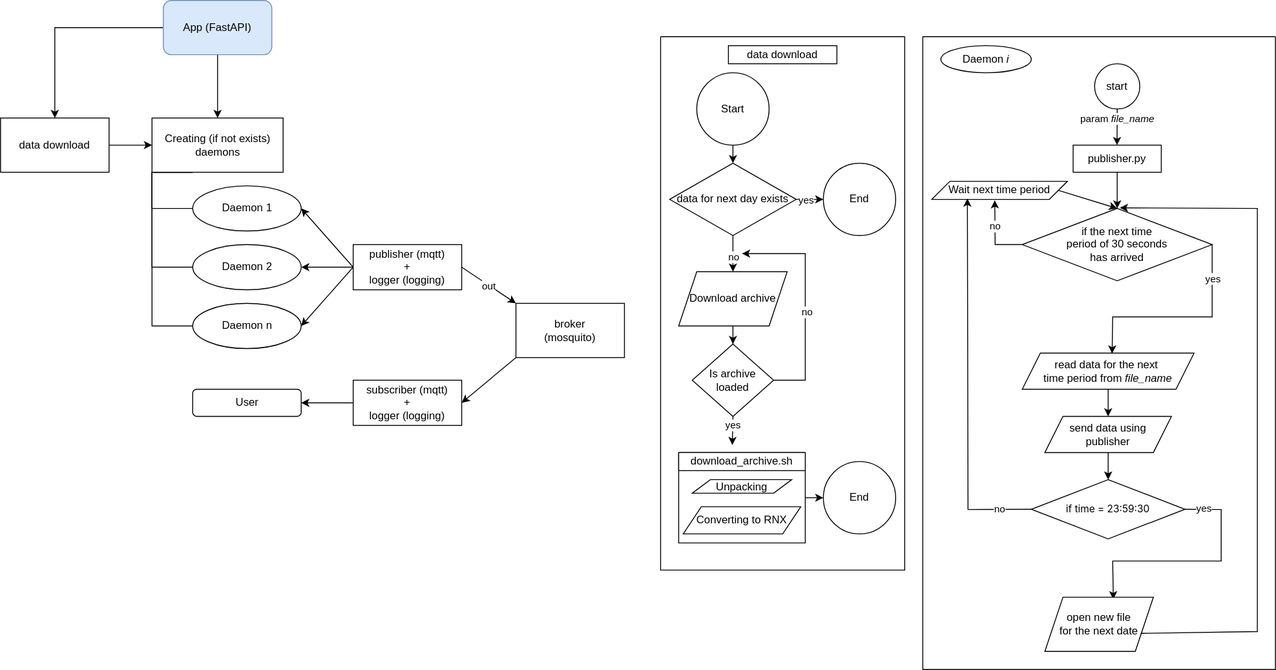
This is images/scheme.svg from PUTENCHIK/satellite-emulator, a draw.io export, as it was before one commit. Source tidied: cells renumbered, new cells last; positions are measured from the earlier drawing's top-left corner, leaving out a move shared by most shapes.
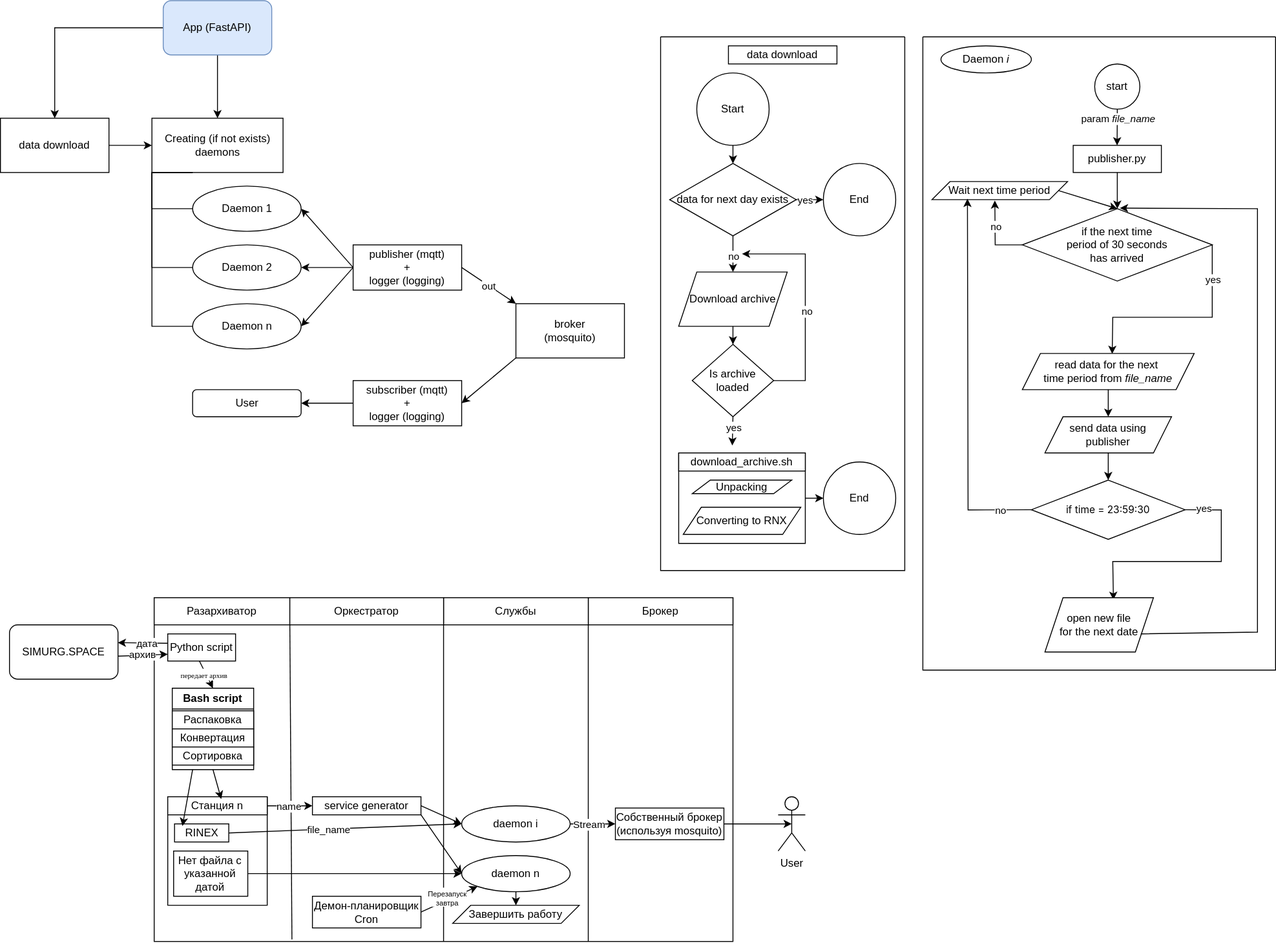
The same diagram one commit later.

Commit message:
added secondary scheme to diagram

Change to the diagram source:
```diff
@@ -279,5 +279,157 @@
     <mxCell id="72" value="data download" style="rounded=0;whiteSpace=wrap;html=1;" parent="1" vertex="1">
       <mxGeometry y="130" width="120" height="60" as="geometry" />
     </mxCell>
+    <mxCell id="73" style="rounded=0;whiteSpace=wrap;html=1;" parent="1" vertex="1">
+      <mxGeometry x="170" y="660" width="640" height="380" as="geometry" />
+    </mxCell>
+    <mxCell id="74" value="Разархиватор" style="rounded=0;whiteSpace=wrap;html=1;" parent="1" vertex="1">
+      <mxGeometry x="170" y="660" width="150" height="30" as="geometry" />
+    </mxCell>
+    <mxCell id="75" value="Брокер" style="rounded=0;whiteSpace=wrap;html=1;" parent="1" vertex="1">
+      <mxGeometry x="650" y="660" width="160" height="30" as="geometry" />
+    </mxCell>
+    <mxCell id="76" value="Службы" style="rounded=0;whiteSpace=wrap;html=1;" parent="1" vertex="1">
+      <mxGeometry x="490" y="660" width="160" height="30" as="geometry" />
+    </mxCell>
+    <mxCell id="77" value="Оркестратор" style="rounded=0;whiteSpace=wrap;html=1;" parent="1" vertex="1">
+      <mxGeometry x="320" y="660" width="170" height="30" as="geometry" />
+    </mxCell>
+    <mxCell id="78" style="endArrow=none;html=1;rounded=0;exitX=0.238;exitY=0.994;exitDx=0;exitDy=0;exitPerimeter=0;" parent="1" edge="1" source="73">
+      <mxGeometry relative="1" as="geometry">
+        <mxPoint x="320" y="690" as="targetPoint" />
+      </mxGeometry>
+    </mxCell>
+    <mxCell id="79" style="endArrow=none;html=1;rounded=0;exitX=0.5;exitY=1;exitDx=0;exitDy=0;entryX=0;entryY=1;entryDx=0;entryDy=0;" parent="1" edge="1" source="73" target="76">
+      <mxGeometry relative="1" as="geometry" />
+    </mxCell>
+    <mxCell id="80" style="endArrow=none;html=1;rounded=0;exitX=0.75;exitY=1;exitDx=0;exitDy=0;entryX=1;entryY=1;entryDx=0;entryDy=0;" parent="1" edge="1" source="73" target="76">
+      <mxGeometry relative="1" as="geometry" />
+    </mxCell>
+    <mxCell id="81" value="Python script" style="rounded=0;whiteSpace=wrap;html=1;" parent="1" vertex="1">
+      <mxGeometry x="185" y="700" width="75" height="30" as="geometry" />
+    </mxCell>
+    <mxCell id="82" style="endArrow=classic;html=1;rounded=0;entryX=0.5;entryY=0;entryDx=0;entryDy=0;" parent="1" edge="1" target="115">
+      <mxGeometry relative="1" as="geometry">
+        <mxPoint x="220" y="730" as="sourcePoint" />
+      </mxGeometry>
+    </mxCell>
+    <mxCell id="83" value="&lt;font style=&quot;font-size: 8px;&quot;&gt;передает архив&lt;/font&gt;" style="edgeLabel;html=1;align=center;verticalAlign=middle;horizontal=1;fontFamily=Tahoma;" parent="82" vertex="1">
+      <mxGeometry x="-0.12" relative="1" as="geometry">
+        <mxPoint x="-3" y="1" as="offset" />
+      </mxGeometry>
+    </mxCell>
+    <mxCell id="84" style="swimlane;startSize=0;" parent="1" vertex="1">
+      <mxGeometry x="185" y="880" width="110" height="120" as="geometry" />
+    </mxCell>
+    <mxCell id="85" value="RINEX" style="rounded=0;whiteSpace=wrap;html=1;" parent="84" vertex="1">
+      <mxGeometry x="7.5" y="30" width="60" height="20" as="geometry" />
+    </mxCell>
+    <mxCell id="86" value="Станция n" style="rounded=0;whiteSpace=wrap;html=1;" parent="1" vertex="1">
+      <mxGeometry x="185" y="880" width="110" height="20" as="geometry" />
+    </mxCell>
+    <mxCell id="87" value="service generator" style="rounded=0;whiteSpace=wrap;html=1;" parent="1" vertex="1">
+      <mxGeometry x="345" y="880" width="120" height="20" as="geometry" />
+    </mxCell>
+    <mxCell id="88" style="endArrow=classic;html=1;rounded=0;entryX=0.538;entryY=0.129;entryDx=0;entryDy=0;entryPerimeter=0;exitX=0.5;exitY=1;exitDx=0;exitDy=0;" parent="1" edge="1" source="115" target="86">
+      <mxGeometry relative="1" as="geometry" />
+    </mxCell>
+    <mxCell id="89" style="endArrow=classic;html=1;rounded=0;entryX=0.146;entryY=0.114;entryDx=0;entryDy=0;entryPerimeter=0;exitX=0.25;exitY=1;exitDx=0;exitDy=0;" parent="1" edge="1" source="115" target="85">
+      <mxGeometry relative="1" as="geometry" />
+    </mxCell>
+    <mxCell id="90" style="endArrow=classic;html=1;rounded=0;exitX=1;exitY=0.5;exitDx=0;exitDy=0;entryX=0;entryY=0.5;entryDx=0;entryDy=0;" parent="1" edge="1" source="86" target="87">
+      <mxGeometry relative="1" as="geometry" />
+    </mxCell>
+    <mxCell id="91" value="name" style="edgeLabel;html=1;align=center;verticalAlign=middle;" parent="90" vertex="1">
+      <mxGeometry x="-0.08" relative="1" as="geometry" />
+    </mxCell>
+    <mxCell id="92" value="Нет файла с указанной датой" style="rounded=0;whiteSpace=wrap;html=1;" parent="1" vertex="1">
+      <mxGeometry x="191.5" y="940" width="82" height="50" as="geometry" />
+    </mxCell>
+    <mxCell id="93" value="daemon i" style="ellipse;whiteSpace=wrap;html=1;" parent="1" vertex="1">
+      <mxGeometry x="510" y="890" width="120" height="40" as="geometry" />
+    </mxCell>
+    <mxCell id="94" style="endArrow=classic;html=1;rounded=0;exitX=1;exitY=0.5;exitDx=0;exitDy=0;entryX=0;entryY=0.5;entryDx=0;entryDy=0;" parent="1" edge="1" source="87" target="93">
+      <mxGeometry relative="1" as="geometry" />
+    </mxCell>
+    <mxCell id="95" style="endArrow=classic;html=1;rounded=0;exitX=1;exitY=0.5;exitDx=0;exitDy=0;entryX=0;entryY=0.5;entryDx=0;entryDy=0;" parent="1" edge="1" source="85" target="93">
+      <mxGeometry relative="1" as="geometry" />
+    </mxCell>
+    <mxCell id="96" value="file_name" style="edgeLabel;html=1;align=center;verticalAlign=middle;" parent="95" vertex="1">
+      <mxGeometry x="-0.15" relative="1" as="geometry" />
+    </mxCell>
+    <mxCell id="97" value="Собственный брокер (используя mosquito)" style="rounded=0;whiteSpace=wrap;html=1;" parent="1" vertex="1">
+      <mxGeometry x="680" y="892.5" width="120" height="35" as="geometry" />
+    </mxCell>
+    <mxCell id="98" style="endArrow=classic;html=1;rounded=0;entryX=0;entryY=0.5;entryDx=0;entryDy=0;" parent="1" edge="1" target="97">
+      <mxGeometry relative="1" as="geometry">
+        <mxPoint x="630" y="910" as="sourcePoint" />
+      </mxGeometry>
+    </mxCell>
+    <mxCell id="99" value="Stream" style="edgeLabel;html=1;align=center;verticalAlign=middle;" parent="98" vertex="1">
+      <mxGeometry x="-0.21" relative="1" as="geometry" />
+    </mxCell>
+    <mxCell id="100" value="daemon n" style="ellipse;whiteSpace=wrap;html=1;" parent="1" vertex="1">
+      <mxGeometry x="510" y="945" width="120" height="40" as="geometry" />
+    </mxCell>
+    <mxCell id="101" style="endArrow=classic;html=1;rounded=0;exitX=1;exitY=1;exitDx=0;exitDy=0;entryX=0;entryY=0.5;entryDx=0;entryDy=0;" parent="1" edge="1" source="87" target="100">
+      <mxGeometry relative="1" as="geometry" />
+    </mxCell>
+    <mxCell id="102" style="endArrow=classic;html=1;rounded=0;exitX=1;exitY=0.5;exitDx=0;exitDy=0;entryX=0;entryY=0.5;entryDx=0;entryDy=0;" parent="1" edge="1" source="92" target="100">
+      <mxGeometry relative="1" as="geometry" />
+    </mxCell>
+    <mxCell id="103" value="Завершить работу" style="shape=parallelogram;perimeter=parallelogramPerimeter;whiteSpace=wrap;html=1;fixedSize=1;" parent="1" vertex="1">
+      <mxGeometry x="500" y="1000" width="140" height="20" as="geometry" />
+    </mxCell>
+    <mxCell id="104" style="endArrow=classic;html=1;rounded=0;exitX=0.5;exitY=1;exitDx=0;exitDy=0;entryX=0.5;entryY=0;entryDx=0;entryDy=0;" parent="1" edge="1" source="100" target="103">
+      <mxGeometry relative="1" as="geometry" />
+    </mxCell>
+    <mxCell id="105" value="Демон-планировщик Cron" style="rounded=0;whiteSpace=wrap;html=1;" parent="1" vertex="1">
+      <mxGeometry x="345" y="990" width="120" height="35" as="geometry" />
+    </mxCell>
+    <mxCell id="106" style="endArrow=classic;html=1;rounded=0;entryX=0;entryY=1;entryDx=0;entryDy=0;exitX=1;exitY=0.5;exitDx=0;exitDy=0;" parent="1" edge="1" source="105" target="100">
+      <mxGeometry relative="1" as="geometry" />
+    </mxCell>
+    <mxCell id="107" value="&lt;font style=&quot;font-size: 8px;&quot;&gt;Перезапуск&lt;/font&gt;&lt;div style=&quot;line-height: 90%; font-size: 8px;&quot;&gt;&lt;font style=&quot;font-size: 8px;&quot;&gt;завтра&lt;/font&gt;&lt;/div&gt;" style="edgeLabel;html=1;align=center;verticalAlign=middle;" parent="106" vertex="1">
+      <mxGeometry x="-0.19" y="-1" relative="1" as="geometry">
+        <mxPoint x="2" y="-7" as="offset" />
+      </mxGeometry>
+    </mxCell>
+    <mxCell id="108" value="User" style="shape=umlActor;verticalLabelPosition=bottom;verticalAlign=top;html=1;outlineConnect=0;" parent="1" vertex="1">
+      <mxGeometry x="860" y="880" width="30" height="60" as="geometry" />
+    </mxCell>
+    <mxCell id="109" style="edgeStyle=orthogonalEdgeStyle;rounded=0;jettySize=auto;html=1;exitX=1;exitY=0.5;exitDx=0;exitDy=0;entryX=0.5;entryY=0.5;entryDx=0;entryDy=0;entryPerimeter=0;" parent="1" edge="1" source="97" target="108">
+      <mxGeometry relative="1" as="geometry" />
+    </mxCell>
+    <mxCell id="110" value="SIMURG.SPACE" style="rounded=1;whiteSpace=wrap;html=1;" parent="1" vertex="1">
+      <mxGeometry x="10" y="690" width="120" height="60" as="geometry" />
+    </mxCell>
+    <mxCell id="111" style="endArrow=classic;html=1;rounded=0;entryX=0.998;entryY=0.328;entryDx=0;entryDy=0;entryPerimeter=0;exitX=0;exitY=0.5;exitDx=0;exitDy=0;" parent="1" edge="1" target="110">
+      <mxGeometry relative="1" as="geometry">
+        <mxPoint x="185" y="710.4" as="sourcePoint" />
+      </mxGeometry>
+    </mxCell>
+    <mxCell id="112" value="дата" style="edgeLabel;html=1;align=center;verticalAlign=middle;" parent="111" vertex="1">
+      <mxGeometry x="-0.26" y="1" relative="1" as="geometry">
+        <mxPoint x="-4" y="-1" as="offset" />
+      </mxGeometry>
+    </mxCell>
+    <mxCell id="113" style="endArrow=classic;html=1;rounded=0;exitX=0.996;exitY=0.578;exitDx=0;exitDy=0;exitPerimeter=0;entryX=0;entryY=0.75;entryDx=0;entryDy=0;" parent="1" edge="1" source="110" target="81">
+      <mxGeometry relative="1" as="geometry" />
+    </mxCell>
+    <mxCell id="114" value="архив" style="edgeLabel;html=1;align=center;verticalAlign=middle;" parent="113" vertex="1">
+      <mxGeometry x="-0.03" y="1" relative="1" as="geometry" />
+    </mxCell>
+    <mxCell id="115" value="Bash script" style="swimlane;whiteSpace=wrap;html=1;" parent="1" vertex="1">
+      <mxGeometry x="190" y="760" width="90" height="90" as="geometry" />
+    </mxCell>
+    <mxCell id="116" value="Распаковка" style="rounded=0;whiteSpace=wrap;html=1;" parent="115" vertex="1">
+      <mxGeometry y="25" width="90" height="20" as="geometry" />
+    </mxCell>
+    <mxCell id="117" value="Конвертация" style="rounded=0;whiteSpace=wrap;html=1;" parent="115" vertex="1">
+      <mxGeometry y="45" width="90" height="20" as="geometry" />
+    </mxCell>
+    <mxCell id="118" value="Сортировка" style="rounded=0;whiteSpace=wrap;html=1;" parent="115" vertex="1">
+      <mxGeometry y="65" width="90" height="20" as="geometry" />
+    </mxCell>
   </root>
 </mxGraphModel>
```
